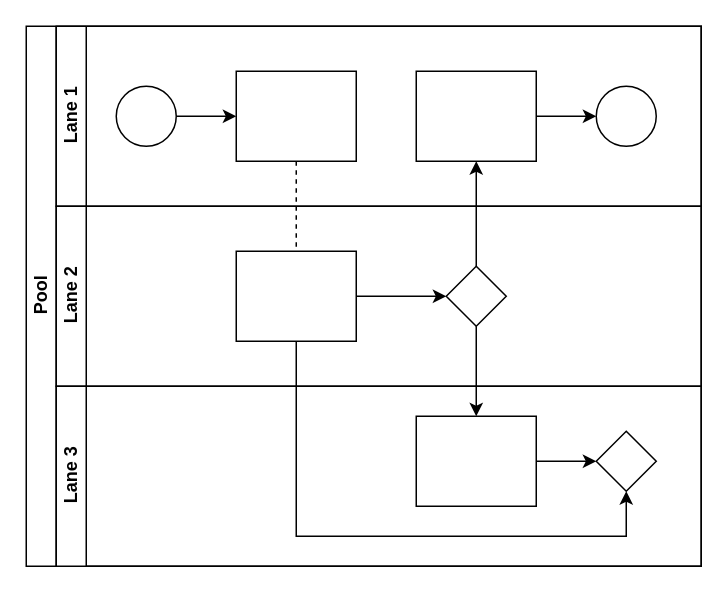
Before: BPM.drawio in JPxYang/PythonLearn, a draw.io diagram. Source tidied: cells renumbered, new cells numbered last; positions are measured from the earlier drawing's top-left corner, leaving out a move shared by most shapes. Both pictures are drawn from the tidied source at 150%, with x=0, y=0 at pixel (26, 26).
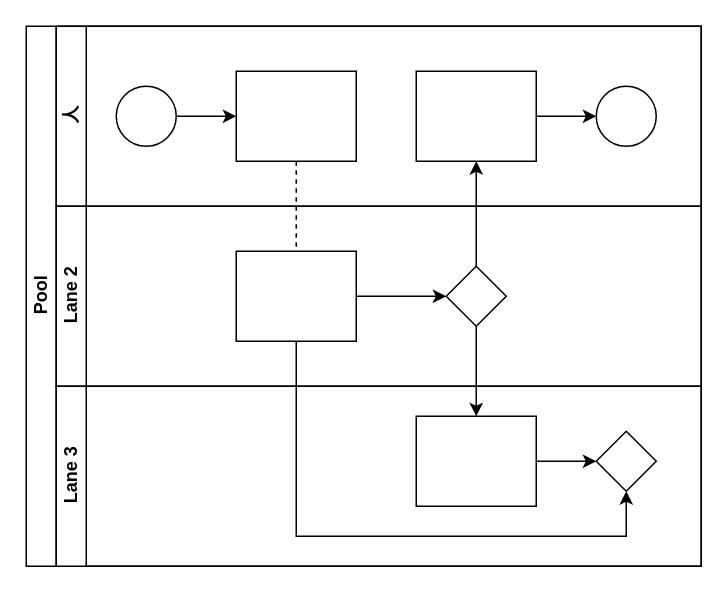
The same page after the edit.

Unchanged cells that the change refers to:
```xml
<mxCell id="2" value="Pool" style="swimlane;html=1;horizontal=0;startSize=20;" parent="1" vertex="1">
  <mxGeometry width="450" height="360" as="geometry" />
</mxCell>
```

What changed in the source:
```diff
@@
-    <mxCell id="7" value="Lane 1" style="swimlane;html=1;startSize=20;horizontal=0;" parent="2" vertex="1">
+    <mxCell id="7" value="人" style="swimlane;html=1;startSize=20;horizontal=0;" parent="2" vertex="1">
       <mxGeometry x="20" width="430" height="120" as="geometry" />
     </mxCell>
```
